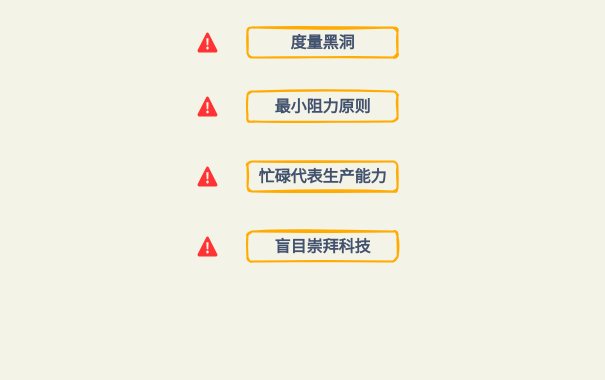
This is pictures/深度工作/why.drawio from boxtsecond/draw, a draw.io file, before an edit. Source tidied: cells renumbered, new cells numbered last; positions are measured from the earlier drawing's top-left corner, leaving out a move shared by most shapes. Both pictures are drawn from the tidied source at 100%, with x=0, y=0 at pixel (197, 27).
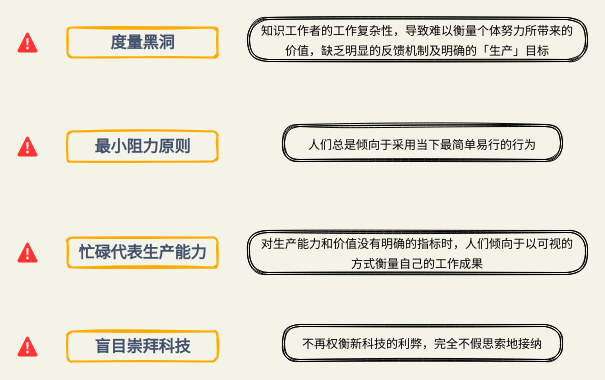
After the change.

Diff of the diagram source:
```diff
@@
 <mxGraphModel background="#F4F3E8">
   <root>
     <mxCell id="0" />
     <mxCell id="1" parent="0" />
-    <mxCell id="2" style="group;" parent="1" vertex="1">
-      <mxGeometry width="200" height="30" as="geometry" />
+    <mxCell id="2" style="group;rounded=1;" parent="1" vertex="1">
+      <mxGeometry x="-180" width="200" height="30" as="geometry" />
     </mxCell>
-    <mxCell id="3" style="shape=mxgraph.azure.azure_alert;strokeColor=none;html=1;fillColor=#FF3333;sketch=0;shadow=0;" parent="2" vertex="1">
+    <mxCell id="3" style="shape=mxgraph.azure.azure_alert;strokeColor=none;html=1;fillColor=#FF3333;shadow=0;rounded=1;" parent="2" vertex="1">
       <mxGeometry y="5" width="20" height="20" as="geometry" />
     </mxCell>
-    <mxCell id="4" value="&lt;font style=&quot;font-size: 16px&quot;&gt;度量黑洞&lt;/font&gt;" style="dashed=0;html=1;rounded=1;strokeColor=#FFAB00;fontSize=12;align=center;fontStyle=1;strokeWidth=2;fontColor=#42526E;shadow=0;glass=0;sketch=1;fillColor=none;" parent="2" vertex="1">
+    <mxCell id="4" value="&lt;font style=&quot;font-size: 16px&quot;&gt;度量黑洞&lt;/font&gt;" style="dashed=0;html=1;strokeColor=#FFAB00;fontSize=12;align=center;fontStyle=1;strokeWidth=2;fontColor=#42526E;shadow=0;glass=0;fillColor=none;rounded=1;sketch=1;" parent="2" vertex="1">
       <mxGeometry x="50" width="150" height="30" as="geometry" />
     </mxCell>
-    <mxCell id="5" style="group;" parent="1" vertex="1">
-      <mxGeometry y="64" width="200" height="30" as="geometry" />
+    <mxCell id="5" style="group;rounded=1;" parent="1" vertex="1">
+      <mxGeometry x="-180" y="104" width="200" height="30" as="geometry" />
     </mxCell>
-    <mxCell id="6" style="shape=mxgraph.azure.azure_alert;strokeColor=none;html=1;fillColor=#FF3333;sketch=0;shadow=0;" parent="5" vertex="1">
+    <mxCell id="6" style="shape=mxgraph.azure.azure_alert;strokeColor=none;html=1;fillColor=#FF3333;shadow=0;rounded=1;" parent="5" vertex="1">
       <mxGeometry y="5" width="20" height="20" as="geometry" />
     </mxCell>
-    <mxCell id="7" value="&lt;span style=&quot;font-size: 16px&quot;&gt;最小阻力原则&lt;/span&gt;" style="dashed=0;html=1;rounded=1;strokeColor=#FFAB00;fontSize=12;align=center;fontStyle=1;strokeWidth=2;fontColor=#42526E;shadow=0;glass=0;sketch=1;fillColor=none;" parent="5" vertex="1">
+    <mxCell id="7" value="&lt;span style=&quot;font-size: 16px&quot;&gt;最小阻力原则&lt;/span&gt;" style="dashed=0;html=1;strokeColor=#FFAB00;fontSize=12;align=center;fontStyle=1;strokeWidth=2;fontColor=#42526E;shadow=0;glass=0;fillColor=none;rounded=1;sketch=1;" parent="5" vertex="1">
       <mxGeometry x="50" width="150" height="30" as="geometry" />
     </mxCell>
-    <mxCell id="8" style="group;" parent="1" vertex="1">
-      <mxGeometry y="134" width="200" height="30" as="geometry" />
+    <mxCell id="8" style="group;rounded=1;" parent="1" vertex="1">
+      <mxGeometry x="-180" y="210" width="200" height="30" as="geometry" />
     </mxCell>
-    <mxCell id="9" style="shape=mxgraph.azure.azure_alert;strokeColor=none;html=1;fillColor=#FF3333;sketch=0;shadow=0;" parent="8" vertex="1">
+    <mxCell id="9" style="shape=mxgraph.azure.azure_alert;strokeColor=none;html=1;fillColor=#FF3333;shadow=0;rounded=1;" parent="8" vertex="1">
       <mxGeometry y="5" width="20" height="20" as="geometry" />
     </mxCell>
-    <mxCell id="10" value="&lt;span style=&quot;font-size: 16px&quot;&gt;忙碌代表生产能力&lt;/span&gt;" style="dashed=0;html=1;rounded=1;strokeColor=#FFAB00;fontSize=12;align=center;fontStyle=1;strokeWidth=2;fontColor=#42526E;shadow=0;glass=0;sketch=1;fillColor=none;" parent="8" vertex="1">
+    <mxCell id="10" value="&lt;span style=&quot;font-size: 16px&quot;&gt;忙碌代表生产能力&lt;/span&gt;" style="dashed=0;html=1;strokeColor=#FFAB00;fontSize=12;align=center;fontStyle=1;strokeWidth=2;fontColor=#42526E;shadow=0;glass=0;fillColor=none;rounded=1;sketch=1;" parent="8" vertex="1">
       <mxGeometry x="50" width="150" height="30" as="geometry" />
     </mxCell>
-    <mxCell id="11" style="group;" parent="1" vertex="1">
-      <mxGeometry y="204" width="200" height="30" as="geometry" />
+    <mxCell id="11" style="group;rounded=1;" parent="1" vertex="1">
+      <mxGeometry x="-180" y="304" width="200" height="30" as="geometry" />
     </mxCell>
-    <mxCell id="12" style="shape=mxgraph.azure.azure_alert;strokeColor=none;html=1;fillColor=#FF3333;sketch=0;shadow=0;" parent="11" vertex="1">
+    <mxCell id="12" style="shape=mxgraph.azure.azure_alert;strokeColor=none;html=1;fillColor=#FF3333;shadow=0;rounded=1;" parent="11" vertex="1">
       <mxGeometry y="5" width="20" height="20" as="geometry" />
     </mxCell>
-    <mxCell id="13" value="&lt;span style=&quot;font-size: 16px&quot;&gt;盲目崇拜科技&lt;/span&gt;" style="dashed=0;html=1;rounded=1;strokeColor=#FFAB00;fontSize=12;align=center;fontStyle=1;strokeWidth=2;fontColor=#42526E;shadow=0;glass=0;sketch=1;fillColor=none;" parent="11" vertex="1">
+    <mxCell id="13" value="&lt;span style=&quot;font-size: 16px&quot;&gt;盲目崇拜科技&lt;/span&gt;" style="dashed=0;html=1;strokeColor=#FFAB00;fontSize=12;align=center;fontStyle=1;strokeWidth=2;fontColor=#42526E;shadow=0;glass=0;fillColor=none;rounded=1;sketch=1;" parent="11" vertex="1">
       <mxGeometry x="50" width="150" height="30" as="geometry" />
     </mxCell>
+    <mxCell id="14" value="&lt;font style=&quot;font-size: 12px&quot;&gt;知识工作者的工作复杂性，导致难以衡量个体努力所带来的价值，缺乏明显的反馈机制及明确的「生产」目标&lt;/font&gt;" style="shape=ext;double=1;rounded=1;whiteSpace=wrap;html=1;shadow=0;glass=0;sketch=1;strokeColor=#000000;fillColor=none;fontSize=16;fontColor=#000000;align=center;arcSize=46;spacingTop=2;spacingLeft=6;spacingRight=6;spacingBottom=2;" parent="1" vertex="1">
+      <mxGeometry x="50" y="-10" width="340" height="44" as="geometry" />
+    </mxCell>
+    <mxCell id="15" value="&lt;span style=&quot;font-size: 12px&quot;&gt;人们总是倾向于采用当下最简单易行的行为&lt;/span&gt;" style="shape=ext;double=1;rounded=1;whiteSpace=wrap;html=1;shadow=0;glass=0;sketch=1;strokeColor=#000000;fillColor=none;fontSize=16;fontColor=#000000;align=center;arcSize=46;spacingTop=2;spacingLeft=6;spacingRight=6;spacingBottom=2;" parent="1" vertex="1">
+      <mxGeometry x="85" y="97" width="280" height="37" as="geometry" />
+    </mxCell>
+    <mxCell id="16" value="&lt;span style=&quot;font-size: 12px&quot;&gt;对生产能力和价值没有明确的指标时，人们倾向于以可视的方式衡量自己的工作成果&lt;/span&gt;" style="shape=ext;double=1;rounded=1;whiteSpace=wrap;html=1;shadow=0;glass=0;sketch=1;strokeColor=#000000;fillColor=none;fontSize=16;fontColor=#000000;align=center;arcSize=46;spacingTop=2;spacingLeft=6;spacingRight=6;spacingBottom=2;" parent="1" vertex="1">
+      <mxGeometry x="50" y="203" width="340" height="44" as="geometry" />
+    </mxCell>
+    <mxCell id="17" value="&lt;font style=&quot;font-size: 12px&quot;&gt;不再权衡新科技的利弊，完全不假思索地接纳&lt;/font&gt;" style="shape=ext;double=1;rounded=1;whiteSpace=wrap;html=1;shadow=0;glass=0;sketch=1;strokeColor=#000000;fillColor=none;fontSize=14;fontColor=#000000;align=center;arcSize=46;spacingTop=2;spacingLeft=6;spacingRight=6;spacingBottom=2;" parent="1" vertex="1">
+      <mxGeometry x="85" y="297" width="280" height="37" as="geometry" />
+    </mxCell>
   </root>
 </mxGraphModel>
```
